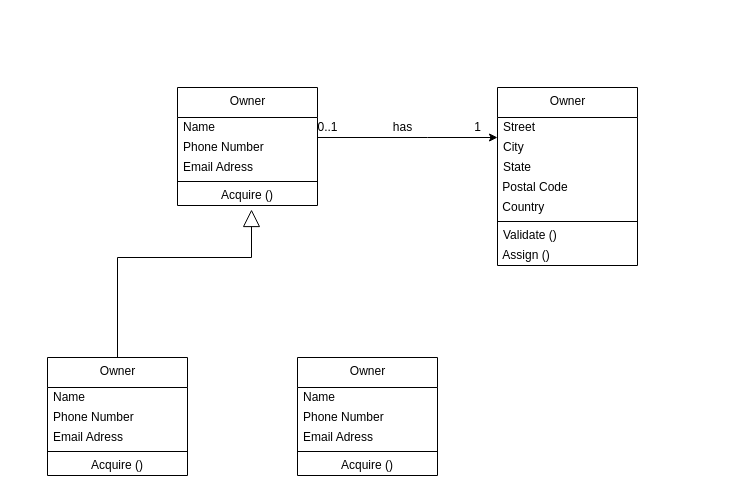
Above: Untitled Diagram.drawio in Nathan-Albino/EECS3311 (draw.io), before the change. Source tidied: cells renumbered, new cells numbered last; positions are measured from the earlier drawing's top-left corner, leaving out a move shared by most shapes. Both pictures are drawn from the tidied source at 100%, with x=0, y=0 at pixel (47, 87).
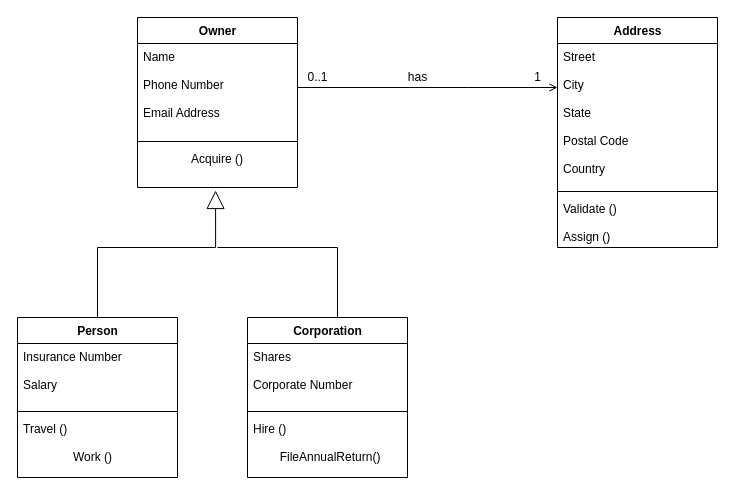
After the change.

Diff of the diagram source:
```diff
@@
-    <mxCell id="2" style="edgeStyle=orthogonalEdgeStyle;rounded=0;jettySize=auto;html=1;" parent="1" edge="1" source="3" target="9">
-      <mxGeometry relative="1" as="geometry">
-        <Array as="points">
-          <mxPoint x="380" y="50" />
-          <mxPoint x="380" y="50" />
-        </Array>
-      </mxGeometry>
-    </mxCell>
-    <mxCell id="3" value="Owner&lt;br&gt;" style="swimlane;fontStyle=0;align=center;verticalAlign=top;horizontal=1;startSize=30;html=1;" parent="1" vertex="1">
-      <mxGeometry x="130" width="140" height="118" as="geometry" />
-    </mxCell>
-    <mxCell id="4" value="Name" style="text;html=1;strokeColor=none;fillColor=none;align=left;verticalAlign=middle;spacingLeft=4;spacingRight=4;overflow=hidden;perimeterSpacing=0;spacingTop=0;spacingBottom=0;" parent="3" vertex="1">
-      <mxGeometry y="30" width="140" height="20" as="geometry" />
-    </mxCell>
-    <mxCell id="5" value="Phone Number" style="text;html=1;strokeColor=none;fillColor=none;align=left;verticalAlign=middle;spacingLeft=4;spacingRight=4;overflow=hidden;" parent="3" vertex="1">
-      <mxGeometry y="50" width="140" height="20" as="geometry" />
-    </mxCell>
-    <mxCell id="6" value="&lt;font color=&quot;#000000&quot;&gt;Email Adress&lt;/font&gt;" style="text;html=1;strokeColor=none;fillColor=none;align=left;verticalAlign=middle;spacingLeft=4;spacingRight=4;overflow=hidden;fontColor=#808080;" parent="3" vertex="1">
-      <mxGeometry y="70" width="140" height="20" as="geometry" />
-    </mxCell>
-    <mxCell id="7" style="line;strokeWidth=1;fillColor=none;align=left;verticalAlign=middle;spacingTop=-1;spacingLeft=3;spacingRight=3;labelPosition=right;" parent="3" vertex="1">
-      <mxGeometry y="90" width="140" height="8" as="geometry" />
-    </mxCell>
-    <mxCell id="8" value="Acquire ()" style="text;html=1;strokeColor=none;fillColor=none;align=center;verticalAlign=middle;spacingLeft=4;spacingRight=4;overflow=hidden;" parent="3" vertex="1">
-      <mxGeometry y="98" width="140" height="20" as="geometry" />
-    </mxCell>
-    <mxCell id="9" value="Owner&lt;br&gt;" style="swimlane;fontStyle=0;align=center;verticalAlign=top;horizontal=1;startSize=30;html=1;" parent="1" vertex="1">
-      <mxGeometry x="450" width="140" height="178" as="geometry" />
-    </mxCell>
-    <mxCell id="10" value="Street" style="text;strokeColor=none;fillColor=none;align=left;verticalAlign=middle;spacingLeft=4;spacingRight=4;overflow=hidden;perimeterSpacing=0;spacingTop=0;spacingBottom=0;spacing=2;html=1;" parent="9" vertex="1">
-      <mxGeometry y="30" width="140" height="20" as="geometry" />
-    </mxCell>
-    <mxCell id="11" value="City" style="text;html=1;strokeColor=none;fillColor=none;align=left;verticalAlign=middle;spacingLeft=4;spacingRight=4;overflow=hidden;" parent="9" vertex="1">
-      <mxGeometry y="50" width="140" height="20" as="geometry" />
-    </mxCell>
-    <mxCell id="12" value="&lt;font color=&quot;#000000&quot;&gt;State&lt;/font&gt;" style="text;html=1;strokeColor=none;fillColor=none;align=left;verticalAlign=middle;spacingLeft=4;spacingRight=4;overflow=hidden;fontColor=#808080;" parent="9" vertex="1">
-      <mxGeometry y="70" width="140" height="20" as="geometry" />
-    </mxCell>
-    <mxCell id="13" value="&amp;nbsp;Postal Code" style="text;html=1;align=left;verticalAlign=middle;strokeColor=none;fillColor=none;" parent="9" vertex="1">
-      <mxGeometry y="90" width="140" height="20" as="geometry" />
-    </mxCell>
-    <mxCell id="14" value="&amp;nbsp;Country" style="text;html=1;align=left;verticalAlign=middle;strokeColor=none;fillColor=none;" parent="9" vertex="1">
-      <mxGeometry y="110" width="140" height="20" as="geometry" />
-    </mxCell>
-    <mxCell id="15" style="line;strokeWidth=1;fillColor=none;align=left;verticalAlign=middle;spacingTop=-1;spacingLeft=3;spacingRight=3;labelPosition=right;" parent="9" vertex="1">
-      <mxGeometry y="130" width="140" height="8" as="geometry" />
-    </mxCell>
-    <mxCell id="16" value="Validate ()" style="text;html=1;strokeColor=none;fillColor=none;align=left;verticalAlign=middle;spacingLeft=4;spacingRight=4;overflow=hidden;" parent="9" vertex="1">
-      <mxGeometry y="138" width="140" height="20" as="geometry" />
-    </mxCell>
-    <mxCell id="17" value="&amp;nbsp;Assign ()" style="text;html=1;align=left;verticalAlign=middle;strokeColor=none;fillColor=none;" parent="9" vertex="1">
-      <mxGeometry y="158" width="140" height="20" as="geometry" />
-    </mxCell>
+    <mxCell id="34" style="edgeStyle=orthogonalEdgeStyle;rounded=0;jettySize=auto;html=1;endArrow=open;endFill=0;strokeWidth=1;" parent="1" edge="1" source="35" target="39">
+      <mxGeometry relative="1" as="geometry">
+        <Array as="points">
+          <mxPoint x="420" />
+          <mxPoint x="420" />
+        </Array>
+      </mxGeometry>
+    </mxCell>
+    <mxCell id="35" value="Owner&lt;br&gt;" style="swimlane;fontStyle=1;align=center;verticalAlign=top;horizontal=1;startSize=26;html=1;" parent="1" vertex="1">
+      <mxGeometry x="90" y="-70" width="160" height="170" as="geometry" />
+    </mxCell>
+    <mxCell id="36" value="Name&#10;&#10;Phone Number&#10;&#10;Email Address" style="text;strokeColor=none;fillColor=none;align=left;verticalAlign=top;spacingLeft=4;spacingRight=4;overflow=hidden;" parent="35" vertex="1">
+      <mxGeometry y="26" width="160" height="94" as="geometry" />
+    </mxCell>
+    <mxCell id="37" style="line;strokeWidth=1;fillColor=none;align=left;verticalAlign=middle;spacingTop=-1;spacingLeft=3;spacingRight=3;labelPosition=right;" parent="35" vertex="1">
+      <mxGeometry y="120" width="160" height="8" as="geometry" />
+    </mxCell>
+    <mxCell id="38" value="Acquire ()" style="text;strokeColor=none;fillColor=none;align=center;verticalAlign=top;spacingLeft=4;spacingRight=4;overflow=hidden;points=[[0,0.5],[1,0.5]];portConstraint=eastwest;" parent="35" vertex="1">
+      <mxGeometry y="128" width="160" height="42" as="geometry" />
+    </mxCell>
+    <mxCell id="39" value="Address" style="swimlane;fontStyle=1;align=center;verticalAlign=top;horizontal=1;startSize=26;html=1;" parent="1" vertex="1">
+      <mxGeometry x="510" y="-70" width="160" height="230" as="geometry" />
+    </mxCell>
+    <mxCell id="40" value="Street&#10;&#10;City&#10;&#10;State&#10;&#10;Postal Code&#10;&#10;Country" style="text;strokeColor=none;fillColor=none;align=left;verticalAlign=top;spacingLeft=4;spacingRight=4;overflow=hidden;" parent="39" vertex="1">
+      <mxGeometry y="26" width="160" height="144" as="geometry" />
+    </mxCell>
+    <mxCell id="41" style="line;strokeWidth=1;fillColor=none;align=left;verticalAlign=middle;spacingTop=-1;spacingLeft=3;spacingRight=3;labelPosition=right;" parent="39" vertex="1">
+      <mxGeometry y="170" width="160" height="8" as="geometry" />
+    </mxCell>
+    <mxCell id="42" value="Validate ()&#10;&#10;Assign ()" style="text;strokeColor=none;fillColor=none;align=left;verticalAlign=top;spacingLeft=4;spacingRight=4;overflow=hidden;" parent="39" vertex="1">
+      <mxGeometry y="178" width="160" height="52" as="geometry" />
+    </mxCell>
     <mxCell id="18" value="has" style="text;html=1;align=center;verticalAlign=middle;strokeColor=none;fillColor=none;" parent="1" vertex="1">
-      <mxGeometry x="340" y="30" width="30" height="20" as="geometry" />
+      <mxGeometry x="355" y="-20" width="30" height="20" as="geometry" />
     </mxCell>
     <mxCell id="19" value="1" style="text;html=1;align=center;verticalAlign=middle;strokeColor=none;fillColor=none;" parent="1" vertex="1">
-      <mxGeometry x="420" y="30" width="20" height="20" as="geometry" />
+      <mxGeometry x="480" y="-20" width="20" height="20" as="geometry" />
     </mxCell>
     <mxCell id="20" value="0..1" style="text;html=1;align=center;verticalAlign=middle;strokeColor=none;fillColor=none;" parent="1" vertex="1">
-      <mxGeometry x="260" y="30" width="40" height="20" as="geometry" />
+      <mxGeometry x="250" y="-20" width="40" height="20" as="geometry" />
     </mxCell>
-    <mxCell id="21" style="edgeStyle=orthogonalEdgeStyle;rounded=0;jettySize=auto;html=1;exitX=0.5;exitY=0;exitDx=0;exitDy=0;endArrow=block;endFill=0;strokeWidth=1;endSize=15;" parent="1" edge="1" source="22">
-      <mxGeometry relative="1" as="geometry">
-        <mxPoint x="204" y="122" as="targetPoint" />
-        <Array as="points">
-          <mxPoint x="70" y="170" />
-          <mxPoint x="204" y="170" />
-        </Array>
-      </mxGeometry>
-    </mxCell>
-    <mxCell id="22" value="Owner&lt;br&gt;" style="swimlane;fontStyle=0;align=center;verticalAlign=top;horizontal=1;startSize=30;html=1;" parent="1" vertex="1">
-      <mxGeometry y="270" width="140" height="118" as="geometry" />
-    </mxCell>
-    <mxCell id="23" value="Name" style="text;html=1;strokeColor=none;fillColor=none;align=left;verticalAlign=middle;spacingLeft=4;spacingRight=4;overflow=hidden;perimeterSpacing=0;spacingTop=0;spacingBottom=0;" parent="22" vertex="1">
-      <mxGeometry y="30" width="140" height="20" as="geometry" />
-    </mxCell>
-    <mxCell id="24" value="Phone Number" style="text;html=1;strokeColor=none;fillColor=none;align=left;verticalAlign=middle;spacingLeft=4;spacingRight=4;overflow=hidden;" parent="22" vertex="1">
-      <mxGeometry y="50" width="140" height="20" as="geometry" />
-    </mxCell>
-    <mxCell id="25" value="&lt;font color=&quot;#000000&quot;&gt;Email Adress&lt;/font&gt;" style="text;html=1;strokeColor=none;fillColor=none;align=left;verticalAlign=middle;spacingLeft=4;spacingRight=4;overflow=hidden;fontColor=#808080;" parent="22" vertex="1">
-      <mxGeometry y="70" width="140" height="20" as="geometry" />
-    </mxCell>
-    <mxCell id="26" style="line;strokeWidth=1;fillColor=none;align=left;verticalAlign=middle;spacingTop=-1;spacingLeft=3;spacingRight=3;labelPosition=right;" parent="22" vertex="1">
-      <mxGeometry y="90" width="140" height="8" as="geometry" />
-    </mxCell>
-    <mxCell id="27" value="Acquire ()" style="text;html=1;strokeColor=none;fillColor=none;align=center;verticalAlign=middle;spacingLeft=4;spacingRight=4;overflow=hidden;" parent="22" vertex="1">
-      <mxGeometry y="98" width="140" height="20" as="geometry" />
-    </mxCell>
-    <mxCell id="28" value="Owner&lt;br&gt;" style="swimlane;fontStyle=0;align=center;verticalAlign=top;horizontal=1;startSize=30;html=1;" parent="1" vertex="1">
-      <mxGeometry x="250" y="270" width="140" height="118" as="geometry" />
-    </mxCell>
-    <mxCell id="29" value="Name" style="text;html=1;strokeColor=none;fillColor=none;align=left;verticalAlign=middle;spacingLeft=4;spacingRight=4;overflow=hidden;perimeterSpacing=0;spacingTop=0;spacingBottom=0;" parent="28" vertex="1">
-      <mxGeometry y="30" width="140" height="20" as="geometry" />
-    </mxCell>
-    <mxCell id="30" value="Phone Number" style="text;html=1;strokeColor=none;fillColor=none;align=left;verticalAlign=middle;spacingLeft=4;spacingRight=4;overflow=hidden;" parent="28" vertex="1">
-      <mxGeometry y="50" width="140" height="20" as="geometry" />
-    </mxCell>
-    <mxCell id="31" value="&lt;font color=&quot;#000000&quot;&gt;Email Adress&lt;/font&gt;" style="text;html=1;strokeColor=none;fillColor=none;align=left;verticalAlign=middle;spacingLeft=4;spacingRight=4;overflow=hidden;fontColor=#808080;" parent="28" vertex="1">
-      <mxGeometry y="70" width="140" height="20" as="geometry" />
-    </mxCell>
-    <mxCell id="32" style="line;strokeWidth=1;fillColor=none;align=left;verticalAlign=middle;spacingTop=-1;spacingLeft=3;spacingRight=3;labelPosition=right;" parent="28" vertex="1">
-      <mxGeometry y="90" width="140" height="8" as="geometry" />
-    </mxCell>
-    <mxCell id="33" value="Acquire ()" style="text;html=1;strokeColor=none;fillColor=none;align=center;verticalAlign=middle;spacingLeft=4;spacingRight=4;overflow=hidden;" parent="28" vertex="1">
-      <mxGeometry y="98" width="140" height="20" as="geometry" />
-    </mxCell>
+    <mxCell id="43" style="edgeStyle=orthogonalEdgeStyle;rounded=0;jettySize=auto;html=1;exitX=0.5;exitY=0;exitDx=0;exitDy=0;entryX=0.488;entryY=1.071;entryDx=0;entryDy=0;entryPerimeter=0;endArrow=block;endFill=0;strokeWidth=1;endSize=16;" parent="1" edge="1" source="44" target="38">
+      <mxGeometry relative="1" as="geometry">
+        <Array as="points">
+          <mxPoint x="50" y="160" />
+          <mxPoint x="168" y="160" />
+        </Array>
+      </mxGeometry>
+    </mxCell>
+    <mxCell id="44" value="Person" style="swimlane;fontStyle=1;align=center;verticalAlign=top;horizontal=1;startSize=26;html=1;" parent="1" vertex="1">
+      <mxGeometry x="-30" y="230" width="160" height="160" as="geometry" />
+    </mxCell>
+    <mxCell id="45" value="Insurance Number&#10;&#10;Salary" style="text;strokeColor=none;fillColor=none;align=left;verticalAlign=top;spacingLeft=4;spacingRight=4;overflow=hidden;" parent="44" vertex="1">
+      <mxGeometry y="26" width="160" height="64" as="geometry" />
+    </mxCell>
+    <mxCell id="46" style="line;strokeWidth=1;fillColor=none;align=left;verticalAlign=middle;spacingTop=-1;spacingLeft=3;spacingRight=3;labelPosition=right;" parent="44" vertex="1">
+      <mxGeometry y="90" width="160" height="8" as="geometry" />
+    </mxCell>
+    <mxCell id="47" value="Travel ()&#10;               &#10;               Work ()" style="text;strokeColor=none;fillColor=none;align=left;verticalAlign=top;spacingLeft=4;spacingRight=4;overflow=hidden;" parent="44" vertex="1">
+      <mxGeometry y="98" width="160" height="62" as="geometry" />
+    </mxCell>
+    <mxCell id="48" style="edgeStyle=orthogonalEdgeStyle;rounded=0;jettySize=auto;html=1;exitX=0.5;exitY=0;exitDx=0;exitDy=0;endArrow=none;endFill=0;endSize=16;strokeWidth=1;" parent="1" edge="1" source="49">
+      <mxGeometry relative="1" as="geometry">
+        <mxPoint x="170" y="160" as="targetPoint" />
+        <Array as="points">
+          <mxPoint x="290" y="230" />
+          <mxPoint x="290" y="160" />
+        </Array>
+      </mxGeometry>
+    </mxCell>
+    <mxCell id="49" value="Corporation" style="swimlane;fontStyle=1;align=center;verticalAlign=top;horizontal=1;startSize=26;html=1;" parent="1" vertex="1">
+      <mxGeometry x="200" y="230" width="160" height="160" as="geometry" />
+    </mxCell>
+    <mxCell id="50" value="Shares&#10;&#10;Corporate Number" style="text;strokeColor=none;fillColor=none;align=left;verticalAlign=top;spacingLeft=4;spacingRight=4;overflow=hidden;" parent="49" vertex="1">
+      <mxGeometry y="26" width="160" height="64" as="geometry" />
+    </mxCell>
+    <mxCell id="51" style="line;strokeWidth=1;fillColor=none;align=left;verticalAlign=middle;spacingTop=-1;spacingLeft=3;spacingRight=3;labelPosition=right;" parent="49" vertex="1">
+      <mxGeometry y="90" width="160" height="8" as="geometry" />
+    </mxCell>
+    <mxCell id="52" value="Hire ()&#10;&#10;        FileAnnualReturn()" style="text;strokeColor=none;fillColor=none;align=left;verticalAlign=top;spacingLeft=4;spacingRight=4;overflow=hidden;" parent="49" vertex="1">
+      <mxGeometry y="98" width="160" height="62" as="geometry" />
+    </mxCell>
```
